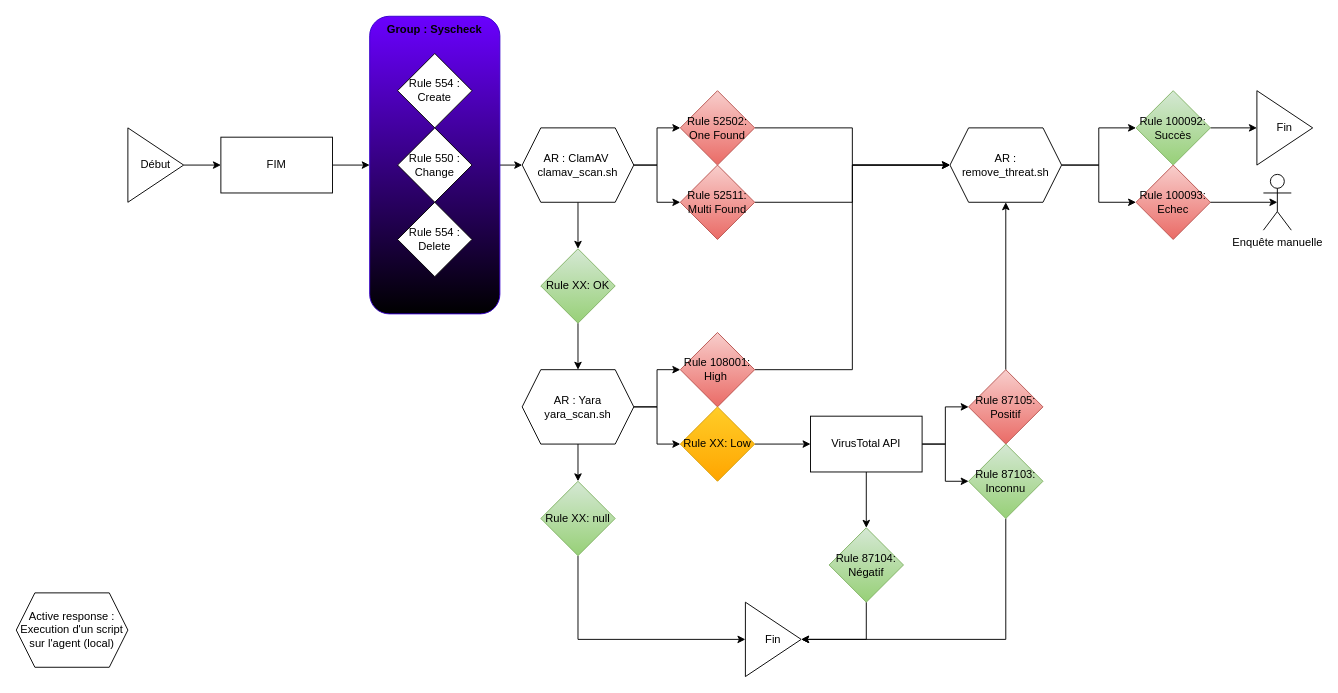
Before: Wazuh.drawio in egoMasa/HomeLab, a draw.io diagram. Source tidied: cells renumbered, new cells numbered last; positions are measured from the earlier drawing's top-left corner, leaving out a move shared by most shapes. Both pictures are drawn from the tidied source at 93%, with x=0, y=0 at pixel (16, 16).
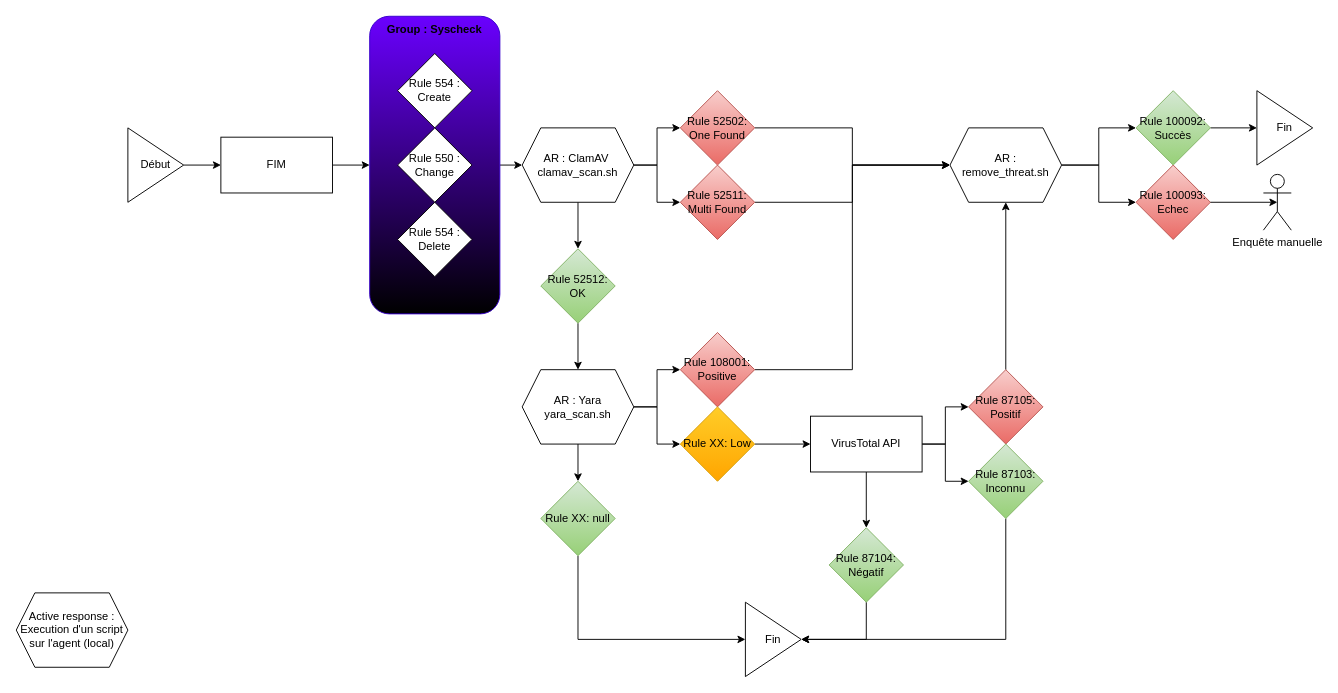
The same page after the edit.

Commit message (it also covers changes not shown here):
Mettre à jour Wazuh.drawio

Change to the diagram source:
```diff
@@
-    <mxCell id="17" value="Rule XX: OK" style="rhombus;whiteSpace=wrap;html=1;fillColor=#d5e8d4;gradientColor=#97d077;strokeColor=#82b366;" parent="1" vertex="1">
+    <mxCell id="17" value="Rule 52512: OK" style="rhombus;whiteSpace=wrap;html=1;fillColor=#d5e8d4;gradientColor=#97d077;strokeColor=#82b366;" parent="1" vertex="1">
       <mxGeometry x="564" y="250" width="80" height="80" as="geometry" />
     </mxCell>
@@
-    <mxCell id="28" value="Rule 108001: High&amp;nbsp;" style="rhombus;whiteSpace=wrap;html=1;fillColor=#f8cecc;strokeColor=#b85450;gradientColor=#ea6b66;" parent="1" vertex="1">
+    <mxCell id="28" value="Rule 108001: Positive" style="rhombus;whiteSpace=wrap;html=1;fillColor=#f8cecc;strokeColor=#b85450;gradientColor=#ea6b66;" parent="1" vertex="1">
       <mxGeometry x="714" y="340" width="80" height="80" as="geometry" />
     </mxCell>
```
